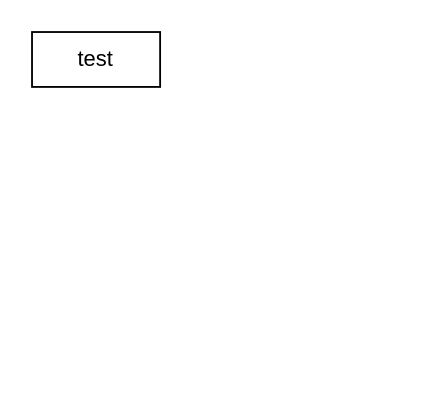
leafimmortal/my-drawio keeps this draw.io diagram as 未命名绘图.drawio. Above is the earlier version. Source tidied: cells renumbered, new cells numbered last; positions are measured from the earlier drawing's top-left corner, leaving out a move shared by most shapes. Both pictures are drawn from the tidied source at 183%, with x=0, y=0 at pixel (31, 31).
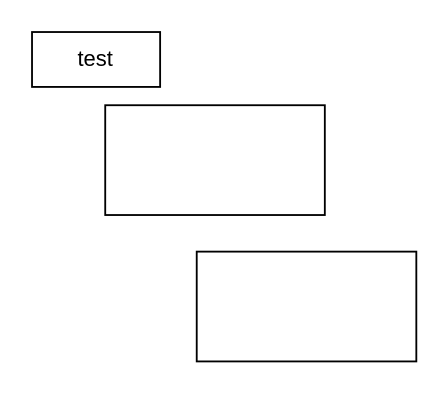
After the change.

What changed in the source:
```diff
@@
 <mxGraphModel>
   <root>
     <mxCell id="0" />
     <mxCell id="1" parent="0" />
     <mxCell id="2" value="test" style="rounded=0;whiteSpace=wrap;html=1;" parent="1" vertex="1">
       <mxGeometry width="70" height="30" as="geometry" />
     </mxCell>
+    <mxCell id="3" style="rounded=0;whiteSpace=wrap;html=1;" parent="1" vertex="1">
+      <mxGeometry x="90" y="120" width="120" height="60" as="geometry" />
+    </mxCell>
+    <mxCell id="4" style="rounded=0;whiteSpace=wrap;html=1;" parent="1" vertex="1">
+      <mxGeometry x="40" y="40" width="120" height="60" as="geometry" />
+    </mxCell>
   </root>
 </mxGraphModel>
```
